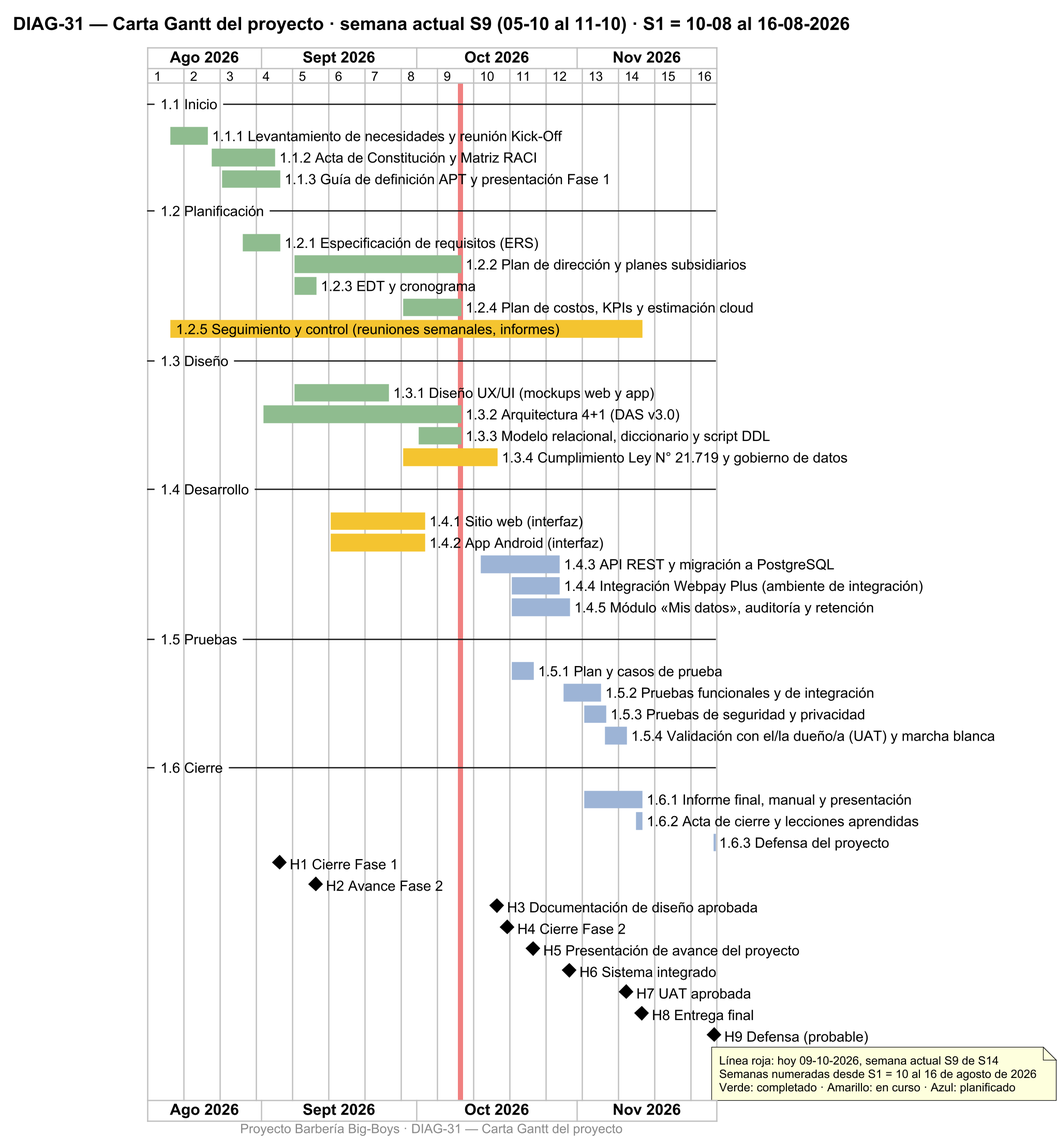
This is Fase 2/Evidencias Proyecto/Evidencias de documentación/Diagramas/png/DIAG-31_Carta_Gantt_del_proyecto.png from Yerko-Rosales/Proyecto_Barberia, a PlantUML export, as it was before one commit. The source it was exported from:
```plantuml
@startgantt DIAG-31_Carta_Gantt_del_proyecto
skinparamlocked dpi 150
skinparam defaultFontName Arial
scale 1.6
language es
printscale weekly with week numbering from 1
Project starts 2026-08-10
title DIAG-31 — Carta Gantt del proyecto · semana actual S9 (05-10 al 11-10) · S1 = 10-08 al 16-08-2026
-- 1.1 Inicio --
[1.1.1 Levantamiento de necesidades y reunión Kick-Off] starts 2026-08-14 and ends 2026-08-21
[1.1.1 Levantamiento de necesidades y reunión Kick-Off] is colored in #8FBC8F
[1.1.1 Levantamiento de necesidades y reunión Kick-Off] is 100% completed
[1.1.2 Acta de Constitución y Matriz RACI] starts 2026-08-22 and ends 2026-09-03
[1.1.2 Acta de Constitución y Matriz RACI] is colored in #8FBC8F
[1.1.2 Acta de Constitución y Matriz RACI] is 100% completed
[1.1.3 Guía de definición APT y presentación Fase 1] starts 2026-08-24 and ends 2026-09-04
[1.1.3 Guía de definición APT y presentación Fase 1] is colored in #8FBC8F
[1.1.3 Guía de definición APT y presentación Fase 1] is 100% completed
-- 1.2 Planificación --
[1.2.1 Especificación de requisitos (ERS)] starts 2026-08-28 and ends 2026-09-04
[1.2.1 Especificación de requisitos (ERS)] is colored in #8FBC8F
[1.2.1 Especificación de requisitos (ERS)] is 100% completed
[1.2.2 Plan de dirección y planes subsidiarios] starts 2026-09-07 and ends 2026-10-09
[1.2.2 Plan de dirección y planes subsidiarios] is colored in #8FBC8F
[1.2.2 Plan de dirección y planes subsidiarios] is 100% completed
[1.2.3 EDT y cronograma] starts 2026-09-07 and ends 2026-09-11
[1.2.3 EDT y cronograma] is colored in #8FBC8F
[1.2.3 EDT y cronograma] is 100% completed
[1.2.4 Plan de costos, KPIs y estimación cloud] starts 2026-09-28 and ends 2026-10-09
[1.2.4 Plan de costos, KPIs y estimación cloud] is colored in #8FBC8F
[1.2.4 Plan de costos, KPIs y estimación cloud] is 100% completed
[1.2.5 Seguimiento y control (reuniones semanales, informes)] starts 2026-08-14 and ends 2026-11-13
[1.2.5 Seguimiento y control (reuniones semanales, informes)] is colored in #F4C430
-- 1.3 Diseño --
[1.3.1 Diseño UX/UI (mockups web y app)] starts 2026-09-07 and ends 2026-09-25
[1.3.1 Diseño UX/UI (mockups web y app)] is colored in #8FBC8F
[1.3.1 Diseño UX/UI (mockups web y app)] is 100% completed
[1.3.2 Arquitectura 4+1 (DAS v3.0)] starts 2026-09-01 and ends 2026-10-09
[1.3.2 Arquitectura 4+1 (DAS v3.0)] is colored in #8FBC8F
[1.3.2 Arquitectura 4+1 (DAS v3.0)] is 100% completed
[1.3.3 Modelo relacional, diccionario y script DDL] starts 2026-10-01 and ends 2026-10-09
[1.3.3 Modelo relacional, diccionario y script DDL] is colored in #8FBC8F
[1.3.3 Modelo relacional, diccionario y script DDL] is 100% completed
[1.3.4 Cumplimiento Ley N° 21.719 y gobierno de datos] starts 2026-09-28 and ends 2026-10-16
[1.3.4 Cumplimiento Ley N° 21.719 y gobierno de datos] is colored in #F4C430
-- 1.4 Desarrollo --
[1.4.1 Sitio web (interfaz)] starts 2026-09-14 and ends 2026-10-02
[1.4.1 Sitio web (interfaz)] is colored in #F4C430
[1.4.2 App Android (interfaz)] starts 2026-09-14 and ends 2026-10-02
[1.4.2 App Android (interfaz)] is colored in #F4C430
[1.4.3 API REST y migración a PostgreSQL] starts 2026-10-13 and ends 2026-10-28
[1.4.3 API REST y migración a PostgreSQL] is colored in #9DB4D6
[1.4.4 Integración Webpay Plus (ambiente de integración)] starts 2026-10-19 and ends 2026-10-28
[1.4.4 Integración Webpay Plus (ambiente de integración)] is colored in #9DB4D6
[1.4.5 Módulo «Mis datos», auditoría y retención] starts 2026-10-19 and ends 2026-10-30
[1.4.5 Módulo «Mis datos», auditoría y retención] is colored in #9DB4D6
-- 1.5 Pruebas --
[1.5.1 Plan y casos de prueba] starts 2026-10-19 and ends 2026-10-23
[1.5.1 Plan y casos de prueba] is colored in #9DB4D6
[1.5.2 Pruebas funcionales y de integración] starts 2026-10-29 and ends 2026-11-05
[1.5.2 Pruebas funcionales y de integración] is colored in #9DB4D6
[1.5.3 Pruebas de seguridad y privacidad] starts 2026-11-02 and ends 2026-11-06
[1.5.3 Pruebas de seguridad y privacidad] is colored in #9DB4D6
[1.5.4 Validación con el/la dueño/a (UAT) y marcha blanca] starts 2026-11-06 and ends 2026-11-10
[1.5.4 Validación con el/la dueño/a (UAT) y marcha blanca] is colored in #9DB4D6
-- 1.6 Cierre --
[1.6.1 Informe final, manual y presentación] starts 2026-11-02 and ends 2026-11-13
[1.6.1 Informe final, manual y presentación] is colored in #9DB4D6
[1.6.2 Acta de cierre y lecciones aprendidas] starts 2026-11-12 and ends 2026-11-13
[1.6.2 Acta de cierre y lecciones aprendidas] is colored in #9DB4D6
[1.6.3 Defensa del proyecto] starts 2026-11-27 and ends 2026-11-27
[1.6.3 Defensa del proyecto] is colored in #9DB4D6
[H1 Cierre Fase 1] happens 2026-09-04
[H2 Avance Fase 2] happens 2026-09-11
[H3 Documentación de diseño aprobada] happens 2026-10-16
[H4 Cierre Fase 2] happens 2026-10-18
[H5 Presentación de avance del proyecto] happens 2026-10-23
[H6 Sistema integrado] happens 2026-10-30
[H7 UAT aprobada] happens 2026-11-10
[H8 Entrega final] happens 2026-11-13
[H9 Defensa (probable)] happens 2026-11-27
2026-10-09 is colored in #F08080
note bottom
  Línea roja: hoy 09-10-2026, semana actual S9 de S14
  Semanas numeradas desde S1 = 10 al 16 de agosto de 2026
  Verde: completado · Amarillo: en curso · Azul: planificado
end note
footer Proyecto Barbería Big-Boys · DIAG-31 — Carta Gantt del proyecto
@endgantt
```
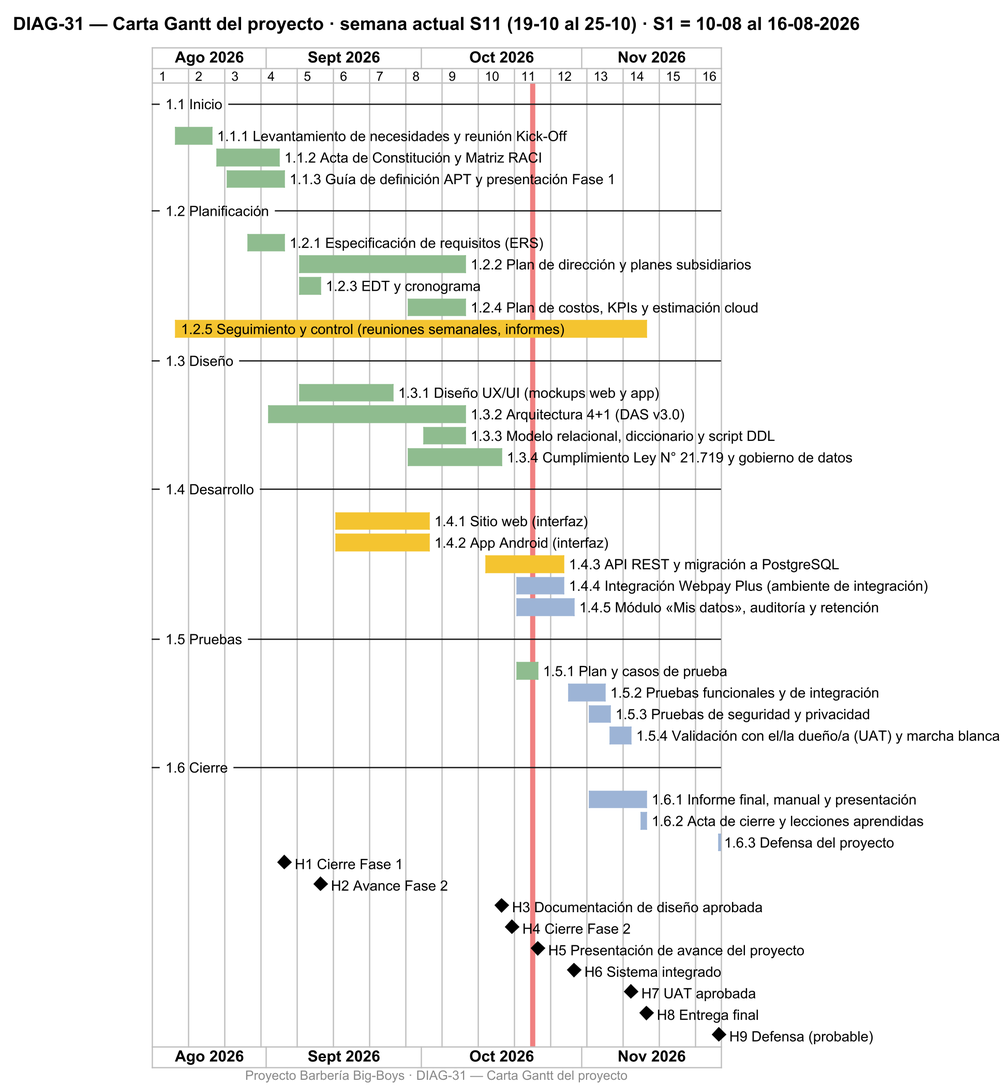
After the change.

What changed in the source:
```diff
@@ -5,7 +5,7 @@
 language es
 printscale weekly with week numbering from 1
 Project starts 2026-08-10
-title DIAG-31 — Carta Gantt del proyecto · semana actual S9 (05-10 al 11-10) · S1 = 10-08 al 16-08-2026
+title DIAG-31 — Carta Gantt del proyecto · semana actual S11 (19-10 al 25-10) · S1 = 10-08 al 16-08-2026
 -- 1.1 Inicio --
 [1.1.1 Levantamiento de necesidades y reunión Kick-Off] starts 2026-08-14 and ends 2026-08-21
 [1.1.1 Levantamiento de necesidades y reunión Kick-Off] is colored in #8FBC8F
@@ -42,21 +42,23 @@
 [1.3.3 Modelo relacional, diccionario y script DDL] is colored in #8FBC8F
 [1.3.3 Modelo relacional, diccionario y script DDL] is 100% completed
 [1.3.4 Cumplimiento Ley N° 21.719 y gobierno de datos] starts 2026-09-28 and ends 2026-10-16
-[1.3.4 Cumplimiento Ley N° 21.719 y gobierno de datos] is colored in #F4C430
+[1.3.4 Cumplimiento Ley N° 21.719 y gobierno de datos] is colored in #8FBC8F
+[1.3.4 Cumplimiento Ley N° 21.719 y gobierno de datos] is 100% completed
 -- 1.4 Desarrollo --
 [1.4.1 Sitio web (interfaz)] starts 2026-09-14 and ends 2026-10-02
 [1.4.1 Sitio web (interfaz)] is colored in #F4C430
 [1.4.2 App Android (interfaz)] starts 2026-09-14 and ends 2026-10-02
 [1.4.2 App Android (interfaz)] is colored in #F4C430
 [1.4.3 API REST y migración a PostgreSQL] starts 2026-10-13 and ends 2026-10-28
-[1.4.3 API REST y migración a PostgreSQL] is colored in #9DB4D6
+[1.4.3 API REST y migración a PostgreSQL] is colored in #F4C430
 [1.4.4 Integración Webpay Plus (ambiente de integración)] starts 2026-10-19 and ends 2026-10-28
 [1.4.4 Integración Webpay Plus (ambiente de integración)] is colored in #9DB4D6
 [1.4.5 Módulo «Mis datos», auditoría y retención] starts 2026-10-19 and ends 2026-10-30
 [1.4.5 Módulo «Mis datos», auditoría y retención] is colored in #9DB4D6
 -- 1.5 Pruebas --
 [1.5.1 Plan y casos de prueba] starts 2026-10-19 and ends 2026-10-23
-[1.5.1 Plan y casos de prueba] is colored in #9DB4D6
+[1.5.1 Plan y casos de prueba] is colored in #8FBC8F
+[1.5.1 Plan y casos de prueba] is 100% completed
 [1.5.2 Pruebas funcionales y de integración] starts 2026-10-29 and ends 2026-11-05
 [1.5.2 Pruebas funcionales y de integración] is colored in #9DB4D6
 [1.5.3 Pruebas de seguridad y privacidad] starts 2026-11-02 and ends 2026-11-06
@@ -79,11 +81,12 @@
 [H7 UAT aprobada] happens 2026-11-10
 [H8 Entrega final] happens 2026-11-13
 [H9 Defensa (probable)] happens 2026-11-27
-2026-10-09 is colored in #F08080
+2026-10-22 is colored in #F08080
 note bottom
-  Línea roja: hoy 09-10-2026, semana actual S9 de S14
+  Línea roja: hoy 22-10-2026, semana actual S11 de S14
   Semanas numeradas desde S1 = 10 al 16 de agosto de 2026
   Verde: completado · Amarillo: en curso · Azul: planificado
+  1.4.3: base de datos migrada a Supabase el 20-10-2026; API y migración de web/app en curso
 end note
 footer Proyecto Barbería Big-Boys · DIAG-31 — Carta Gantt del proyecto
 @endgantt
```
